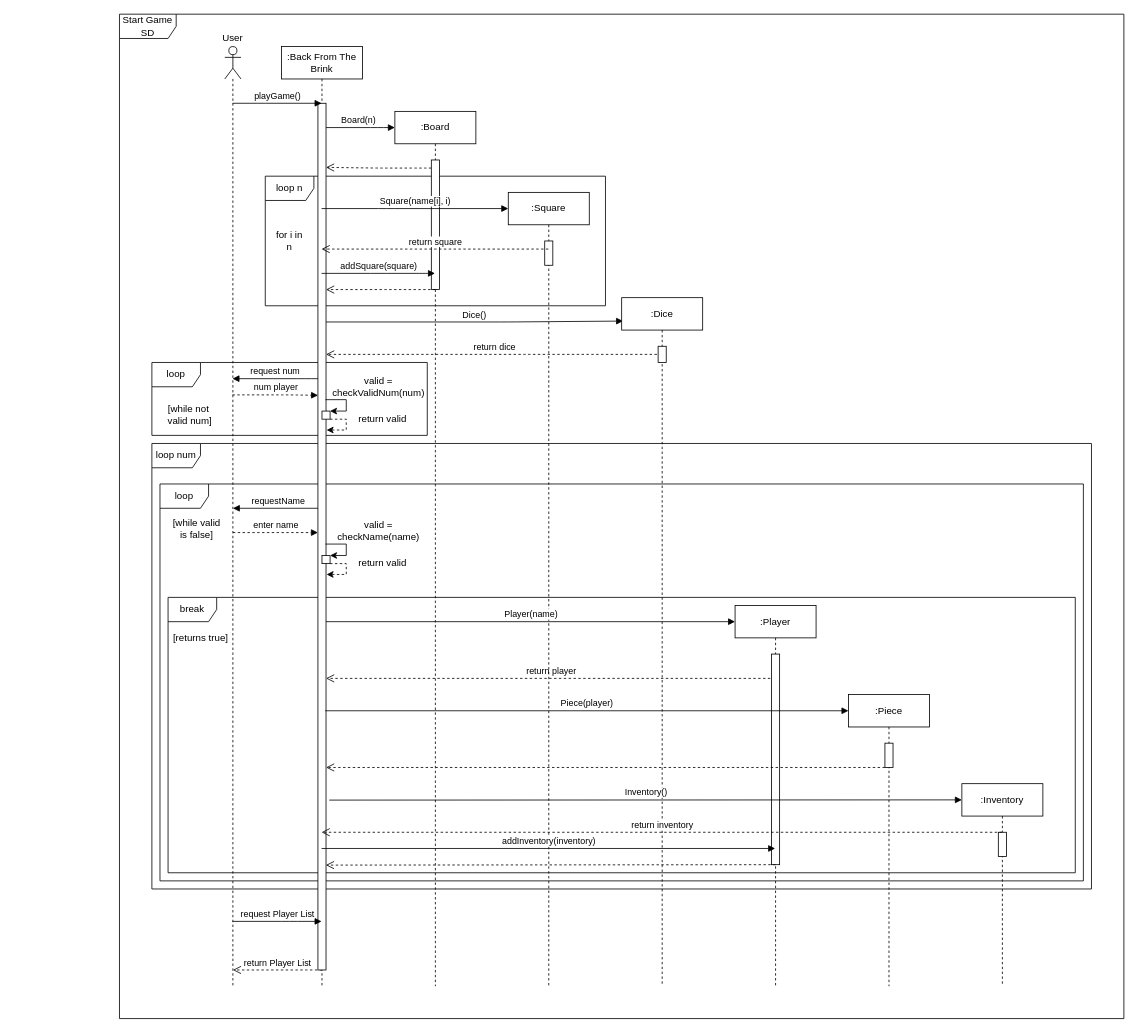
This is Documentation/Sequence Diagrams/Start Game SD (draft).drawio from cmcgarry5/csc2058-2021-g25, a draw.io file, before an edit. Source tidied: cells renumbered, new cells numbered last; positions are measured from the earlier drawing's top-left corner, leaving out a move shared by most shapes. Both pictures are drawn from the tidied source at 81%, with x=0, y=0 at pixel (119, 14).
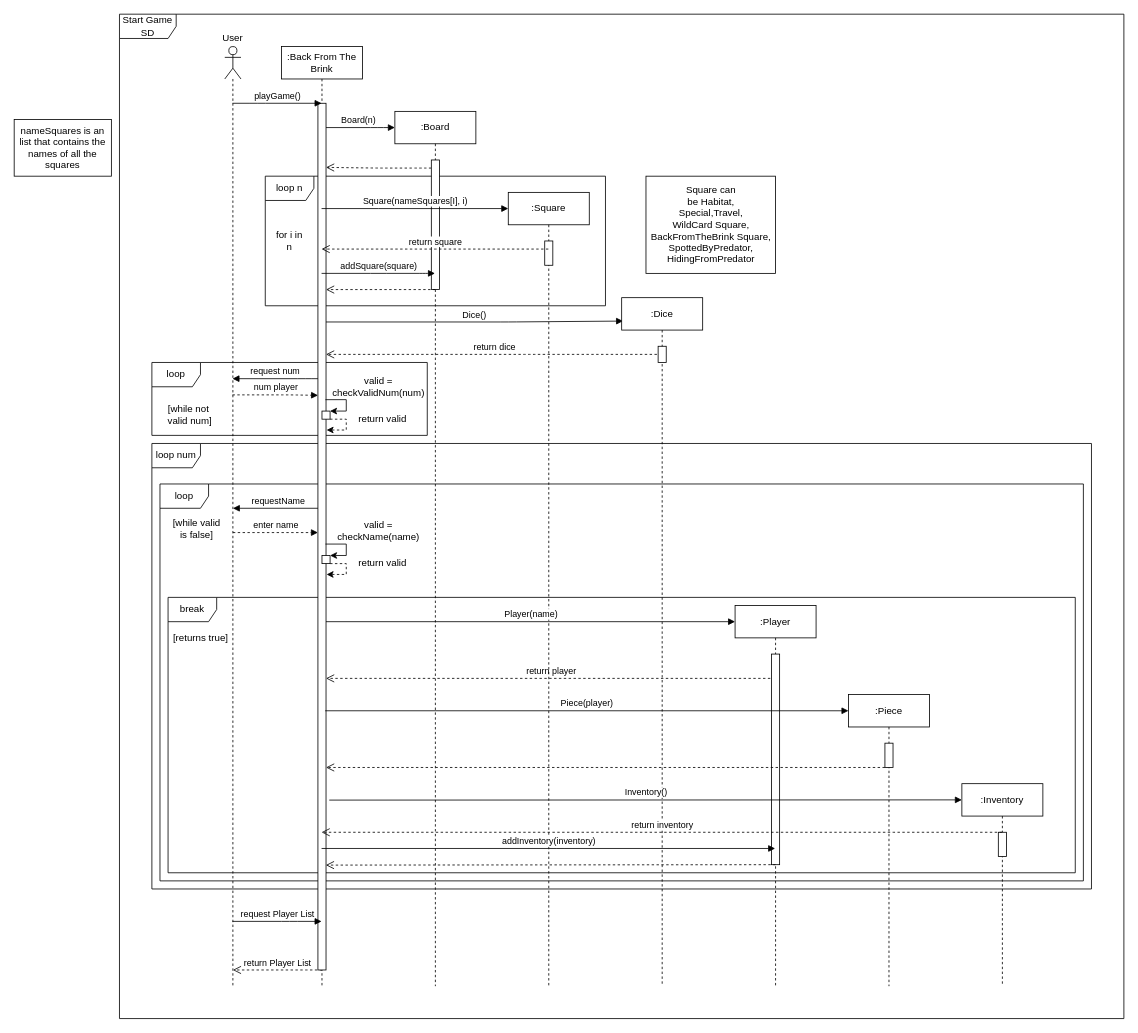
Above is the later version.

Commit message (it also covers changes not shown here):
Start Game + MoveAroundBoard

The change refers to these unchanged cells:
```xml
<mxCell id="14" value=":Back From The Brink" style="shape=umlLifeline;perimeter=lifelinePerimeter;whiteSpace=wrap;html=1;outlineConnect=0;" parent="1" vertex="1">
  <mxGeometry x="200" y="40" width="100" height="1160" as="geometry" />
</mxCell>
```

Diff of the diagram source:
```diff
@@
-    <mxCell id="60" value="Square(name[i], i)" style="html=1;verticalAlign=bottom;endArrow=block;" parent="1" edge="1" source="14">
+    <mxCell id="60" value="Square(nameSquares[I], i)" style="html=1;verticalAlign=bottom;endArrow=block;" parent="1" edge="1" source="14">
       <mxGeometry relative="1" as="geometry">
         <mxPoint x="480" y="240" as="targetPoint" />
         <Array as="points">
           <mxPoint x="330" y="240" />
         </Array>
       </mxGeometry>
     </mxCell>
+    <mxCell id="61" style="rounded=0;whiteSpace=wrap;html=1;" parent="1" vertex="1">
+      <mxGeometry x="650" y="200" width="160" height="120" as="geometry" />
+    </mxCell>
+    <mxCell id="62" value="Square can &lt;br&gt;be Habitat,&lt;br&gt;Special,Travel,&lt;br&gt;WildCard Square,&lt;br&gt;BackFromTheBrink Square,&lt;br&gt;SpottedByPredator, &lt;br&gt;HidingFromPredator" style="text;html=1;align=center;verticalAlign=middle;" parent="1" vertex="1">
+      <mxGeometry x="650" y="210" width="160" height="100" as="geometry" />
+    </mxCell>
+    <mxCell id="63" value="nameSquares is an list that contains the names of all the squares" style="rounded=0;whiteSpace=wrap;html=1;" parent="1" vertex="1">
+      <mxGeometry x="-130" y="130" width="120" height="70" as="geometry" />
+    </mxCell>
```
